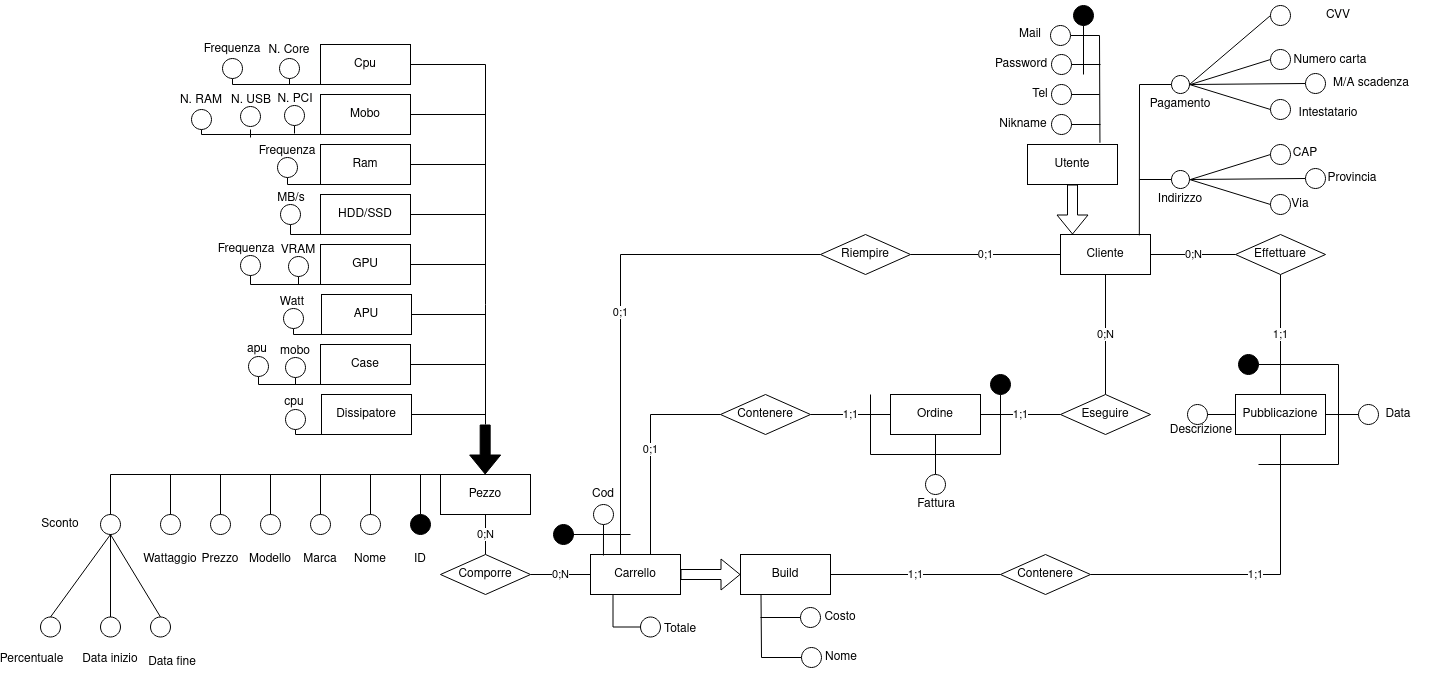
The draw.io diagram file/diagrammaDB/ER/ER_TSW-Pagina-1.drawio.png in carloalbertogiordano/ProgTSW, before a commit. Source tidied: cells renumbered, new cells last; positions are measured from the earlier drawing's top-left corner, leaving out a move shared by most shapes.
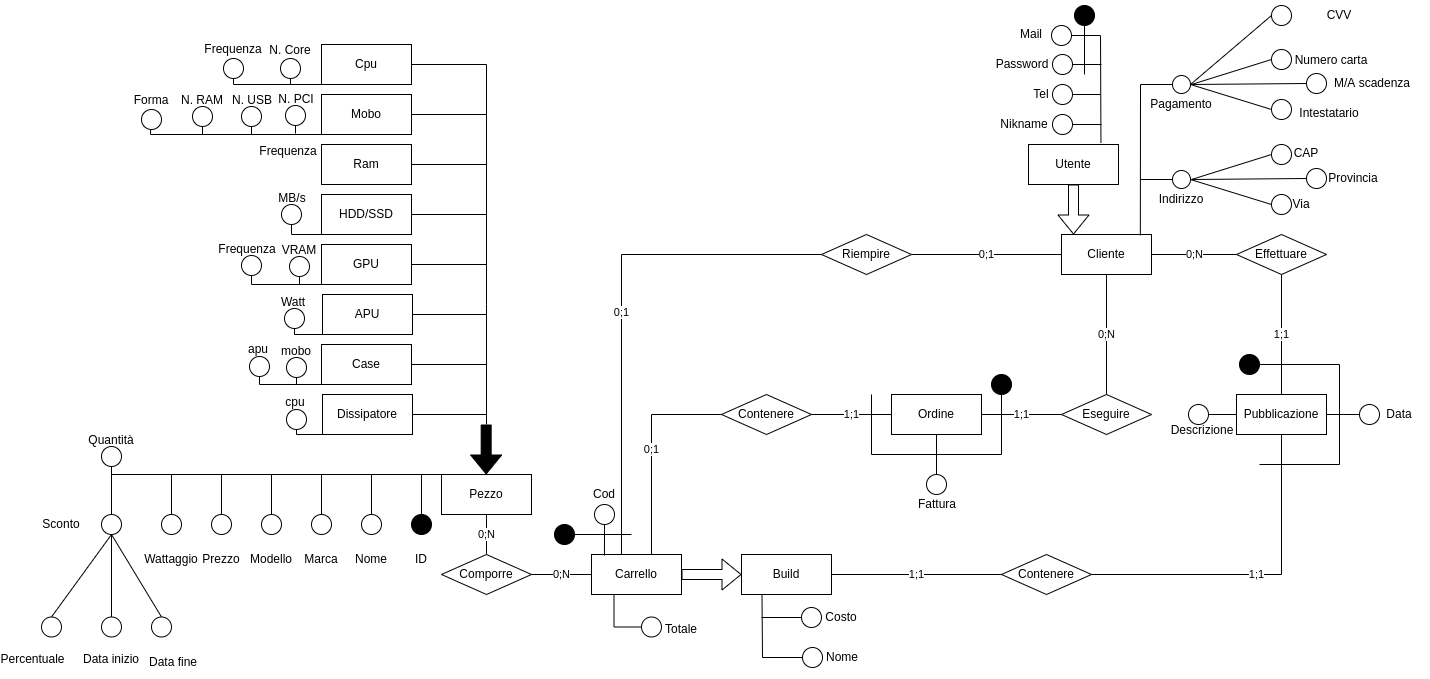
The same diagram one commit later.

Diff of the diagram source:
```diff
@@ -534,20 +534,20 @@
       <mxGeometry x="262" y="84" width="60" height="30" as="geometry" />
     </mxCell>
     <mxCell id="135" style="ellipse;whiteSpace=wrap;html=1;" parent="1" vertex="1">
-      <mxGeometry x="188" y="109" width="20" height="20" as="geometry" />
+      <mxGeometry x="188" y="106" width="20" height="20" as="geometry" />
     </mxCell>
-    <mxCell id="136" style="endArrow=none;html=1;rounded=0;exitX=0;exitY=1;exitDx=0;exitDy=0;entryX=0.5;entryY=1;entryDx=0;entryDy=0;" parent="1" edge="1" target="135">
+    <mxCell id="136" style="endArrow=none;html=1;rounded=0;exitX=0;exitY=1;exitDx=0;exitDy=0;entryX=0.46;entryY=0.995;entryDx=0;entryDy=0;entryPerimeter=0;" parent="1" edge="1" target="141">
       <mxGeometry relative="1" as="geometry">
         <mxPoint x="317" y="134" as="sourcePoint" />
         <Array as="points">
-          <mxPoint x="198" y="134" />
+          <mxPoint x="146" y="134" />
         </Array>
       </mxGeometry>
     </mxCell>
     <mxCell id="137" style="endArrow=none;html=1;rounded=0;exitX=0.5;exitY=1;exitDx=0;exitDy=0;" parent="1" edge="1">
       <mxGeometry relative="1" as="geometry">
-        <mxPoint x="247" y="129" as="sourcePoint" />
-        <mxPoint x="247" y="137" as="targetPoint" />
+        <mxPoint x="247" y="126" as="sourcePoint" />
+        <mxPoint x="247" y="134" as="targetPoint" />
       </mxGeometry>
     </mxCell>
     <mxCell id="138" style="ellipse;whiteSpace=wrap;html=1;" parent="1" vertex="1">
@@ -556,15 +556,8 @@
     <mxCell id="139" value="N. USB" style="text;html=1;strokeColor=none;fillColor=none;align=center;verticalAlign=middle;whiteSpace=wrap;rounded=0;" parent="1" vertex="1">
       <mxGeometry x="218" y="85" width="60" height="30" as="geometry" />
     </mxCell>
-    <mxCell id="140" style="edgeStyle=orthogonalEdgeStyle;rounded=0;jettySize=auto;html=1;endArrow=none;endFill=0;entryX=0;entryY=1;entryDx=0;entryDy=0;" parent="1" edge="1" source="141" target="37">
-      <mxGeometry relative="1" as="geometry">
-        <Array as="points">
-          <mxPoint x="284" y="184" />
-        </Array>
-      </mxGeometry>
-    </mxCell>
     <mxCell id="141" style="ellipse;whiteSpace=wrap;html=1;" parent="1" vertex="1">
-      <mxGeometry x="274" y="157" width="20" height="20" as="geometry" />
+      <mxGeometry x="137" y="109" width="20" height="20" as="geometry" />
     </mxCell>
     <mxCell id="142" value="Frequenza" style="text;html=1;strokeColor=none;fillColor=none;align=center;verticalAlign=middle;whiteSpace=wrap;rounded=0;" parent="1" vertex="1">
       <mxGeometry x="254" y="136" width="60" height="30" as="geometry" />
@@ -738,5 +731,26 @@
     <mxCell id="185" style="ellipse;whiteSpace=wrap;html=1;" parent="1" vertex="1">
       <mxGeometry x="922" y="474" width="20" height="20" as="geometry" />
     </mxCell>
+    <mxCell id="186" value="Forma" style="text;html=1;strokeColor=none;fillColor=none;align=center;verticalAlign=middle;whiteSpace=wrap;rounded=0;" parent="1" vertex="1">
+      <mxGeometry x="117" y="85" width="60" height="30" as="geometry" />
+    </mxCell>
+    <mxCell id="187" style="endArrow=none;html=1;rounded=0;exitX=0.5;exitY=1;exitDx=0;exitDy=0;" parent="1" edge="1">
+      <mxGeometry relative="1" as="geometry">
+        <mxPoint x="198" y="126" as="sourcePoint" />
+        <mxPoint x="198" y="134" as="targetPoint" />
+      </mxGeometry>
+    </mxCell>
+    <mxCell id="188" value="Quantità" style="text;html=1;strokeColor=none;fillColor=none;align=center;verticalAlign=middle;whiteSpace=wrap;rounded=0;" parent="1" vertex="1">
+      <mxGeometry x="77" y="425" width="60" height="30" as="geometry" />
+    </mxCell>
+    <mxCell id="189" style="ellipse;whiteSpace=wrap;html=1;" parent="1" vertex="1">
+      <mxGeometry x="97" y="446" width="20" height="20" as="geometry" />
+    </mxCell>
+    <mxCell id="190" style="endArrow=none;html=1;rounded=0;exitX=0.5;exitY=1;exitDx=0;exitDy=0;" parent="1" edge="1">
+      <mxGeometry relative="1" as="geometry">
+        <mxPoint x="107" y="466" as="sourcePoint" />
+        <mxPoint x="107" y="474" as="targetPoint" />
+      </mxGeometry>
+    </mxCell>
   </root>
 </mxGraphModel>
```
